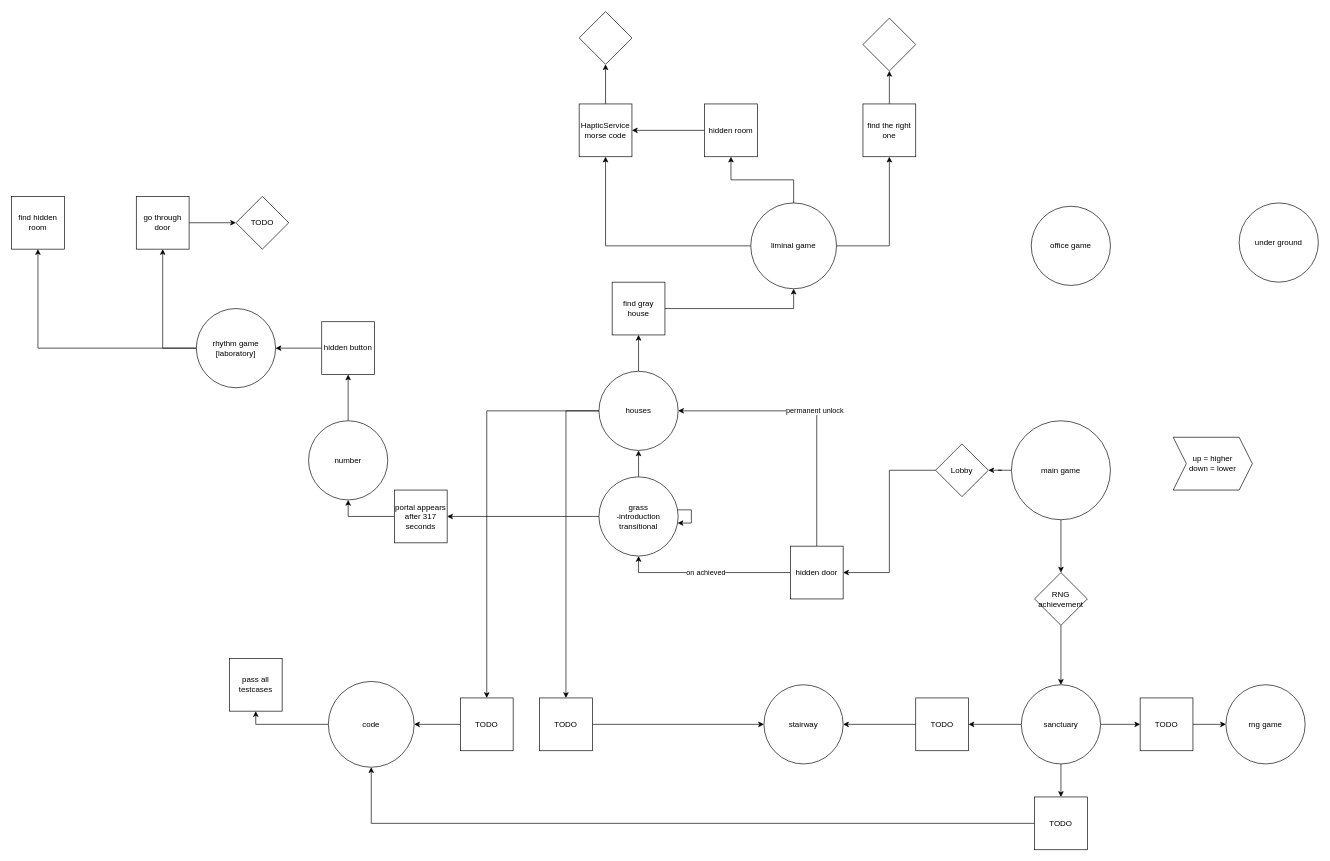
This is puzzles.drawio from Hapcoder11/things, a draw.io file, before an edit. Source tidied: cells renumbered, new cells numbered last; positions are measured from the earlier drawing's top-left corner, leaving out a move shared by most shapes. Both pictures are drawn from the tidied source at 66%, with x=0, y=0 at pixel (11, 11).
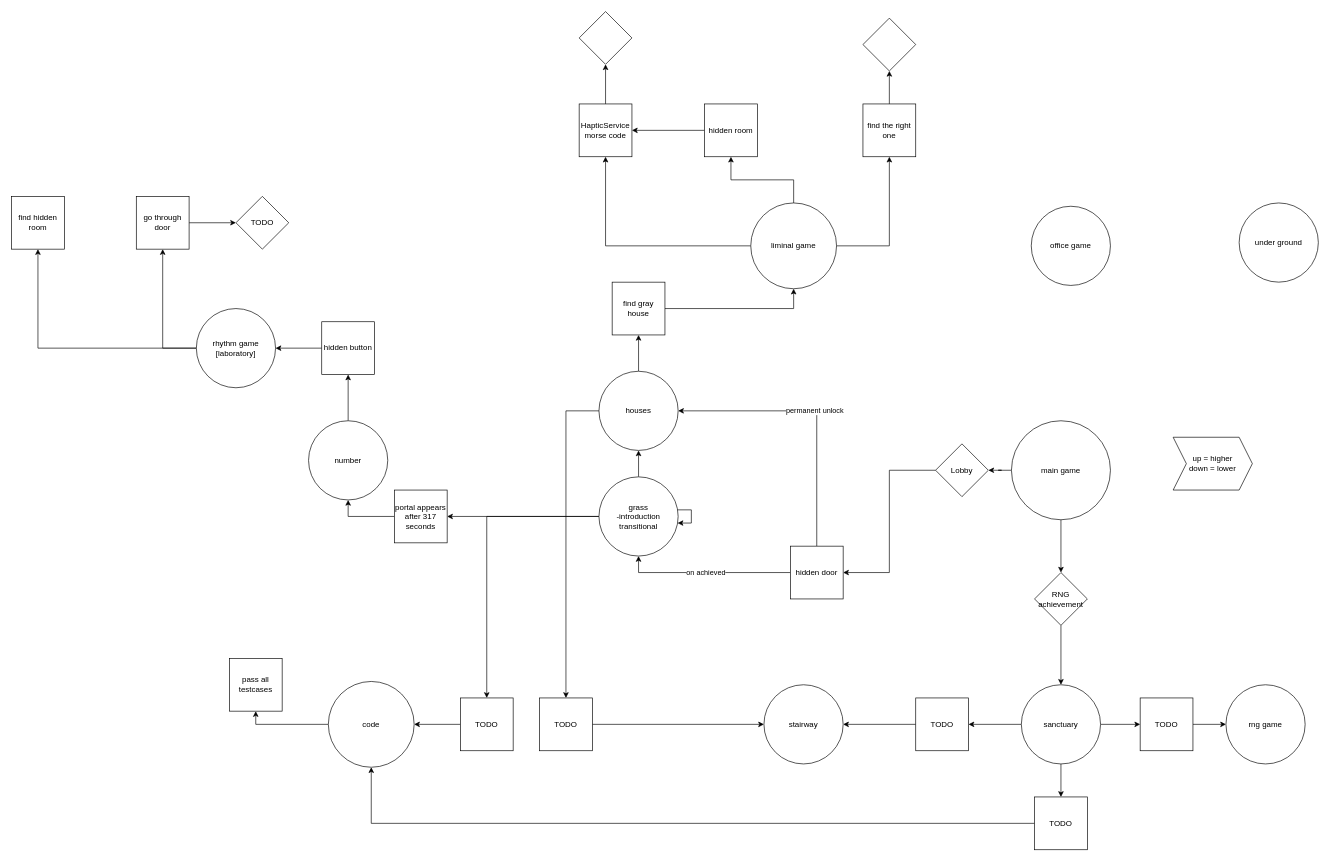
Above is the later version.

Unchanged cells that the change refers to:
```xml
<mxCell id="28" value="grass&lt;div&gt;-introduction transitional&lt;/div&gt;" style="ellipse;whiteSpace=wrap;html=1;" parent="1" vertex="1">
  <mxGeometry x="890" y="705" width="120" height="120" as="geometry" />
</mxCell>
<mxCell id="38" value="houses" style="ellipse;whiteSpace=wrap;html=1;" parent="1" vertex="1">
  <mxGeometry x="890" y="545" width="120" height="120" as="geometry" />
</mxCell>
<mxCell id="65" value="TODO" style="whiteSpace=wrap;html=1;" parent="1" vertex="1">
  <mxGeometry x="680" y="1040" width="80" height="80" as="geometry" />
</mxCell>
```

Change to the diagram source:
```diff
@@
+    <mxCell id="69" style="edgeStyle=orthogonalEdgeStyle;rounded=0;jettySize=auto;html=1;exitX=0;exitY=0.5;exitDx=0;exitDy=0;entryX=0.5;entryY=0;entryDx=0;entryDy=0;" parent="1" edge="1" source="28" target="65">
+      <mxGeometry relative="1" as="geometry" />
+    </mxCell>
@@
-    <mxCell id="37" style="edgeStyle=orthogonalEdgeStyle;rounded=0;jettySize=auto;html=1;entryX=0.5;entryY=0;entryDx=0;entryDy=0;" parent="1" edge="1" source="38" target="65">
-      <mxGeometry relative="1" as="geometry" />
-    </mxCell>
```
